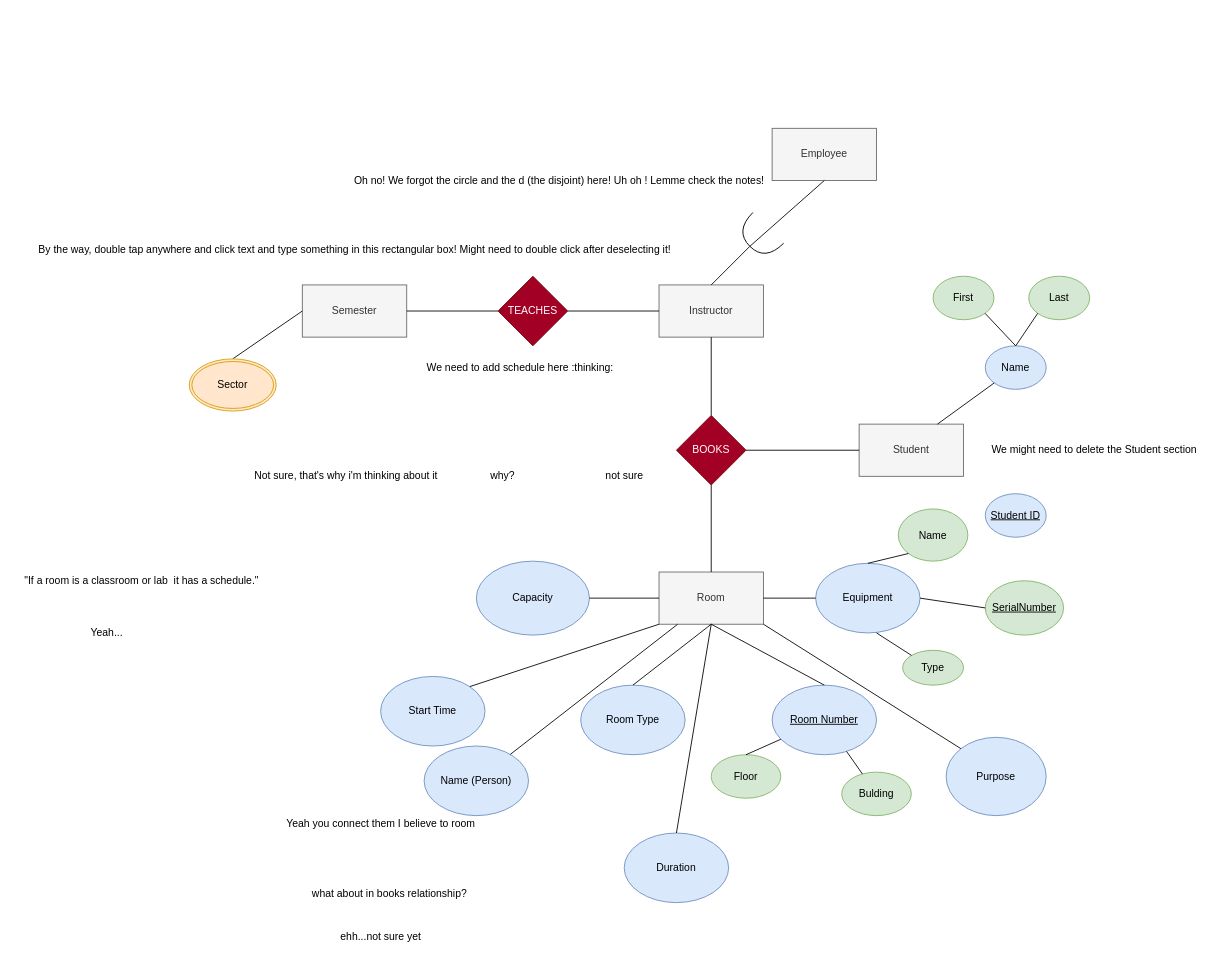
The draw.io diagram Step 2 ER/EER Diagram.drawio in William-BC-CA/CPSC2221_Term_Project_Files, before the edit. Source tidied: cells renumbered, new cells numbered last; positions are measured from the earlier drawing's top-left corner, leaving out a move shared by most shapes. Both pictures are drawn from the tidied source at 87%, with x=0, y=0 at pixel (15, 128).
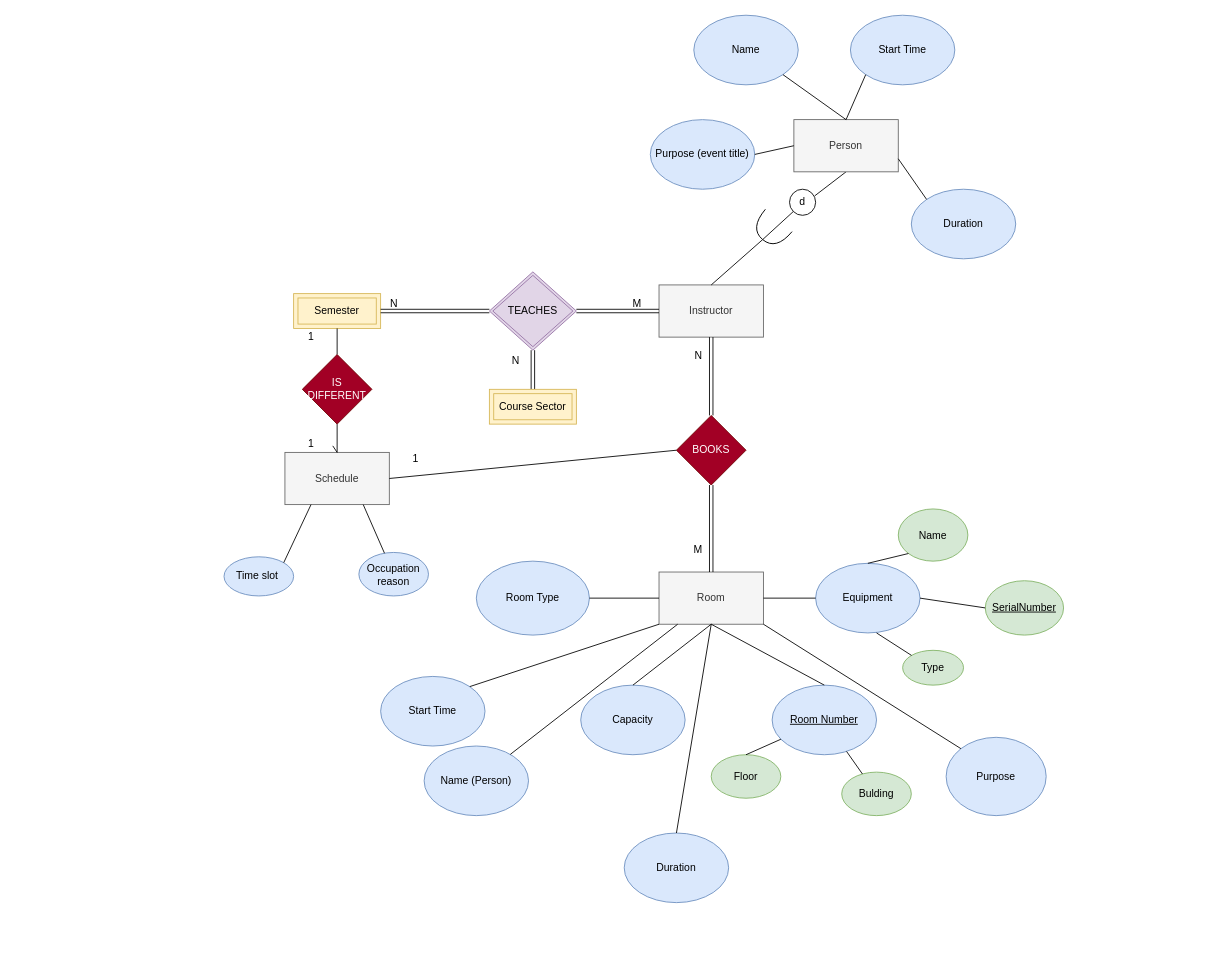
After the change.

Unchanged cells that the change refers to:
```xml
<mxCell id="3" value="Instructor" style="rounded=0;whiteSpace=wrap;html=1;fillColor=#f5f5f5;strokeColor=#666666;fontColor=#333333;" parent="1" vertex="1">
  <mxGeometry x="740" y="180" width="120" height="60" as="geometry" />
</mxCell>
<mxCell id="4" value="Room" style="rounded=0;whiteSpace=wrap;html=1;fillColor=#f5f5f5;strokeColor=#666666;fontColor=#333333;" parent="1" vertex="1">
  <mxGeometry x="740" y="510" width="120" height="60" as="geometry" />
</mxCell>
<mxCell id="5" value="BOOKS" style="rhombus;whiteSpace=wrap;html=1;fillColor=#a20025;strokeColor=#6F0000;fontColor=#ffffff;" parent="1" vertex="1">
  <mxGeometry x="760" y="330" width="80" height="80" as="geometry" />
</mxCell>
```

The edit, as a diff of the source:
```diff
@@
-    <mxCell id="2" value="Employee" style="rounded=0;whiteSpace=wrap;html=1;fillColor=#f5f5f5;strokeColor=#666666;fontColor=#333333;" parent="1" vertex="1">
-      <mxGeometry x="870" width="120" height="60" as="geometry" />
-    </mxCell>
@@
-    <mxCell id="6" style="endArrow=none;html=1;entryX=0.5;entryY=1;entryDx=0;entryDy=0;exitX=1;exitY=0.5;exitDx=0;exitDy=0;exitPerimeter=0;" parent="1" edge="1" source="8" target="2">
-      <mxGeometry relative="1" as="geometry" />
-    </mxCell>
-    <mxCell id="7" style="endArrow=none;html=1;exitX=0.5;exitY=0;exitDx=0;exitDy=0;entryX=0.5;entryY=1;entryDx=0;entryDy=0;" parent="1" edge="1" source="4" target="5">
-      <mxGeometry relative="1" as="geometry" />
-    </mxCell>
-    <mxCell id="8" style="shape=requiredInterface;html=1;verticalLabelPosition=bottom;sketch=0;rotation=135;" parent="1" vertex="1">
-      <mxGeometry x="840" y="100" width="30" height="50" as="geometry" />
-    </mxCell>
-    <mxCell id="9" style="endArrow=none;html=1;exitX=0.5;exitY=0;exitDx=0;exitDy=0;entryX=1;entryY=0.5;entryDx=0;entryDy=0;entryPerimeter=0;" parent="1" edge="1" source="3" target="8">
-      <mxGeometry relative="1" as="geometry" />
-    </mxCell>
-    <mxCell id="10" style="endArrow=none;html=1;exitX=0.5;exitY=0;exitDx=0;exitDy=0;entryX=0.5;entryY=1;entryDx=0;entryDy=0;" parent="1" edge="1" source="5" target="3">
-      <mxGeometry relative="1" as="geometry" />
-    </mxCell>
@@
-    <mxCell id="13" value="Student" style="rounded=0;whiteSpace=wrap;html=1;fillColor=#f5f5f5;fontColor=#333333;strokeColor=#666666;" parent="1" vertex="1">
-      <mxGeometry x="970" y="340" width="120" height="60" as="geometry" />
-    </mxCell>
-    <mxCell id="14" style="endArrow=none;html=1;exitX=1;exitY=0.5;exitDx=0;exitDy=0;entryX=0;entryY=0.5;entryDx=0;entryDy=0;" parent="1" edge="1" source="5" target="13">
-      <mxGeometry relative="1" as="geometry" />
-    </mxCell>
-    <mxCell id="15" value="Name" style="ellipse;whiteSpace=wrap;html=1;fillColor=#dae8fc;strokeColor=#6c8ebf;" parent="1" vertex="1">
-      <mxGeometry x="1115" y="250" width="70" height="50" as="geometry" />
-    </mxCell>
-    <mxCell id="16" value="First" style="ellipse;whiteSpace=wrap;html=1;fillColor=#d5e8d4;strokeColor=#82b366;" parent="1" vertex="1">
-      <mxGeometry x="1055" y="170" width="70" height="50" as="geometry" />
-    </mxCell>
-    <mxCell id="17" value="Last" style="ellipse;whiteSpace=wrap;html=1;fillColor=#d5e8d4;strokeColor=#82b366;" parent="1" vertex="1">
-      <mxGeometry x="1165" y="170" width="70" height="50" as="geometry" />
-    </mxCell>
-    <mxCell id="18" style="endArrow=none;html=1;entryX=0;entryY=1;entryDx=0;entryDy=0;exitX=0.5;exitY=0;exitDx=0;exitDy=0;" parent="1" edge="1" source="15" target="17">
-      <mxGeometry relative="1" as="geometry" />
-    </mxCell>
-    <mxCell id="19" style="endArrow=none;html=1;entryX=1;entryY=1;entryDx=0;entryDy=0;exitX=0.5;exitY=0;exitDx=0;exitDy=0;" parent="1" edge="1" source="15" target="16">
-      <mxGeometry relative="1" as="geometry" />
-    </mxCell>
-    <mxCell id="20" style="endArrow=none;html=1;entryX=0;entryY=1;entryDx=0;entryDy=0;exitX=0.75;exitY=0;exitDx=0;exitDy=0;" parent="1" edge="1" source="13" target="15">
-      <mxGeometry relative="1" as="geometry" />
-    </mxCell>
-    <mxCell id="21" value="&lt;u&gt;Student ID&lt;/u&gt;" style="ellipse;whiteSpace=wrap;html=1;fillColor=#dae8fc;strokeColor=#6c8ebf;" parent="1" vertex="1">
-      <mxGeometry x="1115" y="420" width="70" height="50" as="geometry" />
-    </mxCell>
@@
-    <mxCell id="27" value="Room Type" style="ellipse;whiteSpace=wrap;html=1;fillColor=#dae8fc;strokeColor=#6c8ebf;" parent="1" vertex="1">
+    <mxCell id="27" value="Capacity" style="ellipse;whiteSpace=wrap;html=1;fillColor=#dae8fc;strokeColor=#6c8ebf;" parent="1" vertex="1">
       <mxGeometry x="650" y="640" width="120" height="80" as="geometry" />
     </mxCell>
@@
-    <mxCell id="29" value="Capacity" style="ellipse;whiteSpace=wrap;html=1;fillColor=#dae8fc;strokeColor=#6c8ebf;" parent="1" vertex="1">
+    <mxCell id="29" value="Room Type" style="ellipse;whiteSpace=wrap;html=1;fillColor=#dae8fc;strokeColor=#6c8ebf;" parent="1" vertex="1">
       <mxGeometry x="530" y="497.5" width="130" height="85" as="geometry" />
     </mxCell>
@@
-    <mxCell id="34" value="We might need to delete the Student section" style="text;html=1;align=center;verticalAlign=middle;strokeColor=none;fillColor=none;" parent="1" vertex="1">
-      <mxGeometry x="1115" y="360" width="250" height="20" as="geometry" />
-    </mxCell>
@@
-    <mxCell id="39" value="We need to add schedule here :thinking:" style="text;html=1;align=center;verticalAlign=middle;strokeColor=none;fillColor=none;" parent="1" vertex="1">
-      <mxGeometry x="465" y="265" width="230" height="20" as="geometry" />
-    </mxCell>
-    <mxCell id="40" value="Oh no! We forgot the circle and the d (the disjoint) here! Uh oh ! Lemme check the notes!" style="text;html=1;align=center;verticalAlign=middle;strokeColor=none;fillColor=none;" parent="1" vertex="1">
-      <mxGeometry x="380" y="50" width="490" height="20" as="geometry" />
-    </mxCell>
-    <mxCell id="41" value="By the way, double tap anywhere and click text and type something in this rectangular box! Might need to double click after deselecting it!" style="text;html=1;align=center;verticalAlign=middle;strokeColor=none;fillColor=none;" parent="1" vertex="1">
-      <mxGeometry x="20" y="130" width="740" height="20" as="geometry" />
-    </mxCell>
-    <mxCell id="42" value="&quot;If a room is a classroom or lab &amp;nbsp;it has a schedule.&quot;" style="text;html=1;align=center;verticalAlign=middle;strokeColor=none;fillColor=none;" parent="1" vertex="1">
-      <mxGeometry y="510" width="290" height="20" as="geometry" />
-    </mxCell>
-    <mxCell id="43" value="Not sure, that's why i'm thinking about it" style="text;html=1;align=center;verticalAlign=middle;strokeColor=none;fillColor=none;" parent="1" vertex="1">
-      <mxGeometry x="265" y="390" width="230" height="20" as="geometry" />
-    </mxCell>
-    <mxCell id="44" value="Yeah..." style="text;html=1;align=center;verticalAlign=middle;strokeColor=none;fillColor=none;" parent="1" vertex="1">
-      <mxGeometry x="80" y="570" width="50" height="20" as="geometry" />
-    </mxCell>
-    <mxCell id="45" value="Semester" style="rounded=0;whiteSpace=wrap;html=1;fillColor=#f5f5f5;fontColor=#333333;strokeColor=#666666;" parent="1" vertex="1">
-      <mxGeometry x="330" y="180" width="120" height="60" as="geometry" />
-    </mxCell>
-    <mxCell id="46" value="TEACHES" style="rhombus;whiteSpace=wrap;html=1;fillColor=#a20025;strokeColor=#6F0000;fontColor=#ffffff;" parent="1" vertex="1">
-      <mxGeometry x="555" y="170" width="80" height="80" as="geometry" />
-    </mxCell>
-    <mxCell id="47" style="endArrow=none;html=1;entryX=0;entryY=0.5;entryDx=0;entryDy=0;exitX=1;exitY=0.5;exitDx=0;exitDy=0;" parent="1" edge="1" source="46" target="3">
-      <mxGeometry relative="1" as="geometry" />
-    </mxCell>
-    <mxCell id="48" style="endArrow=none;html=1;exitX=1;exitY=0.5;exitDx=0;exitDy=0;entryX=0;entryY=0.5;entryDx=0;entryDy=0;" parent="1" edge="1" source="45" target="46">
-      <mxGeometry relative="1" as="geometry" />
-    </mxCell>
-    <mxCell id="49" value="why?" style="text;html=1;align=center;verticalAlign=middle;strokeColor=none;fillColor=none;" parent="1" vertex="1">
-      <mxGeometry x="540" y="390" width="40" height="20" as="geometry" />
-    </mxCell>
-    <mxCell id="50" value="not sure" style="text;html=1;align=center;verticalAlign=middle;strokeColor=none;fillColor=none;" parent="1" vertex="1">
-      <mxGeometry x="670" y="390" width="60" height="20" as="geometry" />
-    </mxCell>
-    <mxCell id="51" style="endArrow=none;html=1;exitX=0.5;exitY=0;exitDx=0;exitDy=0;entryX=0;entryY=0.5;entryDx=0;entryDy=0;" parent="1" edge="1" source="52" target="45">
-      <mxGeometry relative="1" as="geometry" />
-    </mxCell>
-    <mxCell id="52" value="Sector" style="ellipse;shape=doubleEllipse;margin=3;whiteSpace=wrap;html=1;align=center;fillColor=#ffe6cc;strokeColor=#d79b00;" parent="1" vertex="1">
-      <mxGeometry x="200" y="265" width="100" height="60" as="geometry" />
-    </mxCell>
@@
-    <mxCell id="57" value="Yeah you connect them I believe to room" style="text;html=1;align=center;verticalAlign=middle;strokeColor=none;fillColor=none;" parent="1" vertex="1">
-      <mxGeometry x="305" y="790" width="230" height="20" as="geometry" />
-    </mxCell>
-    <mxCell id="58" value="what about in books relationship?" style="text;html=1;align=center;verticalAlign=middle;strokeColor=none;fillColor=none;" parent="1" vertex="1">
-      <mxGeometry x="335" y="870" width="190" height="20" as="geometry" />
-    </mxCell>
-    <mxCell id="59" value="ehh...not sure yet" style="text;html=1;align=center;verticalAlign=middle;strokeColor=none;fillColor=none;" parent="1" vertex="1">
-      <mxGeometry x="365" y="920" width="110" height="20" as="geometry" />
-    </mxCell>
@@
+    <mxCell id="64" style="shape=link;html=1;rounded=0;exitX=0.5;exitY=0;exitDx=0;exitDy=0;entryX=0.5;entryY=1;entryDx=0;entryDy=0;" parent="1" edge="1" source="70" target="46">
+      <mxGeometry relative="1" as="geometry" />
+    </mxCell>
+    <mxCell id="65" value="N" style="html=1;align=right;verticalAlign=bottom;" parent="64" vertex="1">
+      <mxGeometry x="1" relative="1" as="geometry">
+        <mxPoint x="-15" y="20" as="offset" />
+      </mxGeometry>
+    </mxCell>
+    <mxCell id="66" style="endArrow=none;html=1;exitX=0.5;exitY=0;exitDx=0;exitDy=0;entryX=1;entryY=0.5;entryDx=0;entryDy=0;entryPerimeter=0;" parent="1" edge="1" source="3" target="67">
+      <mxGeometry relative="1" as="geometry" />
+    </mxCell>
+    <mxCell id="67" style="shape=requiredInterface;html=1;verticalLabelPosition=bottom;sketch=0;rotation=130;" parent="1" vertex="1">
+      <mxGeometry x="854" y="96.9" width="28.7" height="40" as="geometry" />
+    </mxCell>
+    <mxCell id="68" style="endArrow=none;html=1;exitX=0.959;exitY=0.259;exitDx=0;exitDy=0;entryX=0.5;entryY=1;entryDx=0;entryDy=0;exitPerimeter=0;" parent="1" edge="1" source="90" target="69">
+      <mxGeometry relative="1" as="geometry" />
+    </mxCell>
+    <mxCell id="69" value="Person" style="rounded=0;whiteSpace=wrap;html=1;fillColor=#f5f5f5;fontColor=#333333;strokeColor=#666666;" parent="1" vertex="1">
+      <mxGeometry x="895" y="-10" width="120" height="60" as="geometry" />
+    </mxCell>
+    <mxCell id="70" value="Course Sector" style="shape=ext;margin=3;double=1;whiteSpace=wrap;html=1;align=center;fillColor=#fff2cc;strokeColor=#d6b656;" parent="1" vertex="1">
+      <mxGeometry x="545" y="300" width="100" height="40" as="geometry" />
+    </mxCell>
+    <mxCell id="45" value="Semester" style="shape=ext;margin=3;double=1;whiteSpace=wrap;html=1;align=center;fillColor=#fff2cc;strokeColor=#d6b656;" parent="1" vertex="1">
+      <mxGeometry x="320" y="190" width="100" height="40" as="geometry" />
+    </mxCell>
+    <mxCell id="46" value="TEACHES" style="shape=rhombus;double=1;perimeter=rhombusPerimeter;whiteSpace=wrap;html=1;align=center;fillColor=#e1d5e7;strokeColor=#9673a6;" parent="1" vertex="1">
+      <mxGeometry x="545" y="165" width="100" height="90" as="geometry" />
+    </mxCell>
+    <mxCell id="71" value="Schedule" style="rounded=0;whiteSpace=wrap;html=1;fillColor=#f5f5f5;fontColor=#333333;strokeColor=#666666;" parent="1" vertex="1">
+      <mxGeometry x="310" y="372.5" width="120" height="60" as="geometry" />
+    </mxCell>
+    <mxCell id="72" value="Time slot&amp;nbsp;" style="ellipse;whiteSpace=wrap;html=1;fillColor=#dae8fc;strokeColor=#6c8ebf;" parent="1" vertex="1">
+      <mxGeometry x="240" y="492.5" width="80" height="45" as="geometry" />
+    </mxCell>
+    <mxCell id="73" style="endArrow=none;html=1;entryX=1;entryY=0;entryDx=0;entryDy=0;exitX=0.25;exitY=1;exitDx=0;exitDy=0;" parent="1" edge="1" source="71" target="72">
+      <mxGeometry relative="1" as="geometry" />
+    </mxCell>
+    <mxCell id="74" value="Occupation reason" style="ellipse;whiteSpace=wrap;html=1;fillColor=#dae8fc;strokeColor=#6c8ebf;" parent="1" vertex="1">
+      <mxGeometry x="395" y="487.5" width="80" height="50" as="geometry" />
+    </mxCell>
+    <mxCell id="75" style="endArrow=none;html=1;exitX=0.75;exitY=1;exitDx=0;exitDy=0;" parent="1" edge="1" source="71" target="74">
+      <mxGeometry relative="1" as="geometry" />
+    </mxCell>
+    <mxCell id="76" style="endArrow=none;html=1;exitX=0.5;exitY=0;exitDx=0;exitDy=0;entryX=0.5;entryY=1;entryDx=0;entryDy=0;" parent="1" edge="1" source="71">
+      <mxGeometry relative="1" as="geometry">
+        <mxPoint x="365" y="365" as="targetPoint" />
+      </mxGeometry>
+    </mxCell>
+    <mxCell id="77" style="endArrow=none;html=1;entryX=1;entryY=0.5;entryDx=0;entryDy=0;exitX=0;exitY=0.5;exitDx=0;exitDy=0;" parent="1" edge="1" source="5" target="71">
+      <mxGeometry relative="1" as="geometry" />
+    </mxCell>
+    <mxCell id="78" value="IS DIFFERENT" style="rhombus;whiteSpace=wrap;html=1;fillColor=#a20025;fontColor=#ffffff;strokeColor=#6F0000;" parent="1" vertex="1">
+      <mxGeometry x="330" y="260" width="80" height="80" as="geometry" />
+    </mxCell>
+    <mxCell id="79" value="Has" style="rhombus;whiteSpace=wrap;html=1;fillColor=#a20025;fontColor=#ffffff;strokeColor=#6F0000;" parent="1" edge="1">
+      <mxGeometry x="-300" y="420" as="geometry" />
+    </mxCell>
+    <mxCell id="80" style="endArrow=none;html=1;entryX=0.5;entryY=1;entryDx=0;entryDy=0;exitX=0.5;exitY=0;exitDx=0;exitDy=0;" parent="1" edge="1" source="71" target="79">
+      <mxGeometry relative="1" as="geometry" />
+    </mxCell>
+    <mxCell id="81" style="endArrow=none;html=1;entryX=0.5;entryY=1;entryDx=0;entryDy=0;exitX=0.5;exitY=0;exitDx=0;exitDy=0;" parent="1" edge="1" source="71" target="78">
+      <mxGeometry relative="1" as="geometry" />
+    </mxCell>
+    <mxCell id="82" style="endArrow=none;html=1;entryX=0.5;entryY=1;entryDx=0;entryDy=0;exitX=0.5;exitY=0;exitDx=0;exitDy=0;" parent="1" edge="1" source="78" target="45">
+      <mxGeometry relative="1" as="geometry" />
+    </mxCell>
+    <mxCell id="15" value="Name" style="ellipse;whiteSpace=wrap;html=1;fillColor=#dae8fc;strokeColor=#6c8ebf;" parent="1" vertex="1">
+      <mxGeometry x="780" y="-130" width="120" height="80" as="geometry" />
+    </mxCell>
+    <mxCell id="83" value="Start Time" style="ellipse;whiteSpace=wrap;html=1;fillColor=#dae8fc;strokeColor=#6c8ebf;" parent="1" vertex="1">
+      <mxGeometry x="960" y="-130" width="120" height="80" as="geometry" />
+    </mxCell>
+    <mxCell id="84" value="Duration" style="ellipse;whiteSpace=wrap;html=1;fillColor=#dae8fc;strokeColor=#6c8ebf;" parent="1" vertex="1">
+      <mxGeometry x="1030" y="70" width="120" height="80" as="geometry" />
+    </mxCell>
+    <mxCell id="85" value="Purpose (event title)" style="ellipse;whiteSpace=wrap;html=1;fillColor=#dae8fc;strokeColor=#6c8ebf;" parent="1" vertex="1">
+      <mxGeometry x="730" y="-10" width="120" height="80" as="geometry" />
+    </mxCell>
+    <mxCell id="86" style="endArrow=none;html=1;entryX=0;entryY=1;entryDx=0;entryDy=0;exitX=0.5;exitY=0;exitDx=0;exitDy=0;" parent="1" edge="1" source="69" target="83">
+      <mxGeometry relative="1" as="geometry" />
+    </mxCell>
+    <mxCell id="87" style="endArrow=none;html=1;entryX=1;entryY=1;entryDx=0;entryDy=0;exitX=0.5;exitY=0;exitDx=0;exitDy=0;" parent="1" edge="1" source="69" target="15">
+      <mxGeometry relative="1" as="geometry" />
+    </mxCell>
+    <mxCell id="88" style="endArrow=none;html=1;entryX=0;entryY=0.5;entryDx=0;entryDy=0;exitX=1;exitY=0.5;exitDx=0;exitDy=0;" parent="1" edge="1" source="85" target="69">
+      <mxGeometry relative="1" as="geometry" />
+    </mxCell>
+    <mxCell id="89" style="endArrow=none;html=1;entryX=1;entryY=0.75;entryDx=0;entryDy=0;exitX=0;exitY=0;exitDx=0;exitDy=0;" parent="1" edge="1" source="84" target="69">
+      <mxGeometry relative="1" as="geometry" />
+    </mxCell>
+    <mxCell id="90" value="d" style="ellipse;whiteSpace=wrap;html=1;" parent="1" vertex="1">
+      <mxGeometry x="890" y="70" width="30" height="30" as="geometry" />
+    </mxCell>
+    <mxCell id="91" style="endArrow=none;html=1;entryX=0;entryY=1;entryDx=0;entryDy=0;exitX=1;exitY=0.5;exitDx=0;exitDy=0;exitPerimeter=0;" parent="1" edge="1" source="67" target="90">
+      <mxGeometry relative="1" as="geometry" />
+    </mxCell>
+    <mxCell id="92" value="1" style="text;html=1;align=center;verticalAlign=middle;strokeColor=none;fillColor=none;" parent="1" vertex="1">
+      <mxGeometry x="330" y="230" width="20" height="20" as="geometry" />
+    </mxCell>
+    <mxCell id="93" value="1" style="text;html=1;align=center;verticalAlign=middle;strokeColor=none;fillColor=none;" parent="1" vertex="1">
+      <mxGeometry x="330" y="352.5" width="20" height="20" as="geometry" />
+    </mxCell>
+    <mxCell id="10" style="shape=link;html=1;rounded=0;exitX=0.5;exitY=0;exitDx=0;exitDy=0;entryX=0.5;entryY=1;entryDx=0;entryDy=0;" parent="1" edge="1" source="5" target="3">
+      <mxGeometry relative="1" as="geometry" />
+    </mxCell>
+    <mxCell id="94" value="N" style="html=1;align=right;verticalAlign=bottom;" parent="10" vertex="1">
+      <mxGeometry x="1" relative="1" as="geometry">
+        <mxPoint x="-10" y="30" as="offset" />
+      </mxGeometry>
+    </mxCell>
+    <mxCell id="48" style="shape=link;html=1;rounded=0;exitX=1;exitY=0.5;exitDx=0;exitDy=0;entryX=0;entryY=0.5;entryDx=0;entryDy=0;" parent="1" edge="1" source="45" target="46">
+      <mxGeometry relative="1" as="geometry" />
+    </mxCell>
+    <mxCell id="95" value="N" style="html=1;align=right;verticalAlign=bottom;" parent="48" vertex="1">
+      <mxGeometry x="1" relative="1" as="geometry">
+        <mxPoint x="-105" as="offset" />
+      </mxGeometry>
+    </mxCell>
+    <mxCell id="47" style="shape=link;html=1;rounded=0;exitX=1;exitY=0.5;exitDx=0;exitDy=0;entryX=0;entryY=0.5;entryDx=0;entryDy=0;" parent="1" edge="1" source="46" target="3">
+      <mxGeometry relative="1" as="geometry" />
+    </mxCell>
+    <mxCell id="96" value="M" style="html=1;align=right;verticalAlign=bottom;" parent="47" vertex="1">
+      <mxGeometry x="1" relative="1" as="geometry">
+        <mxPoint x="-20" as="offset" />
+      </mxGeometry>
+    </mxCell>
+    <mxCell id="97" style="shape=link;html=1;rounded=0;entryX=0.5;entryY=0;entryDx=0;entryDy=0;exitX=0.5;exitY=1;exitDx=0;exitDy=0;" parent="1" edge="1" source="5" target="4">
+      <mxGeometry relative="1" as="geometry" />
+    </mxCell>
+    <mxCell id="98" value="M" style="html=1;align=right;verticalAlign=bottom;" parent="97" vertex="1">
+      <mxGeometry x="1" relative="1" as="geometry">
+        <mxPoint x="-10" y="-17" as="offset" />
+      </mxGeometry>
+    </mxCell>
+    <mxCell id="99" value="1" style="text;html=1;align=center;verticalAlign=middle;strokeColor=none;fillColor=none;" parent="1" vertex="1">
+      <mxGeometry x="450" y="370" width="20" height="20" as="geometry" />
+    </mxCell>
```
